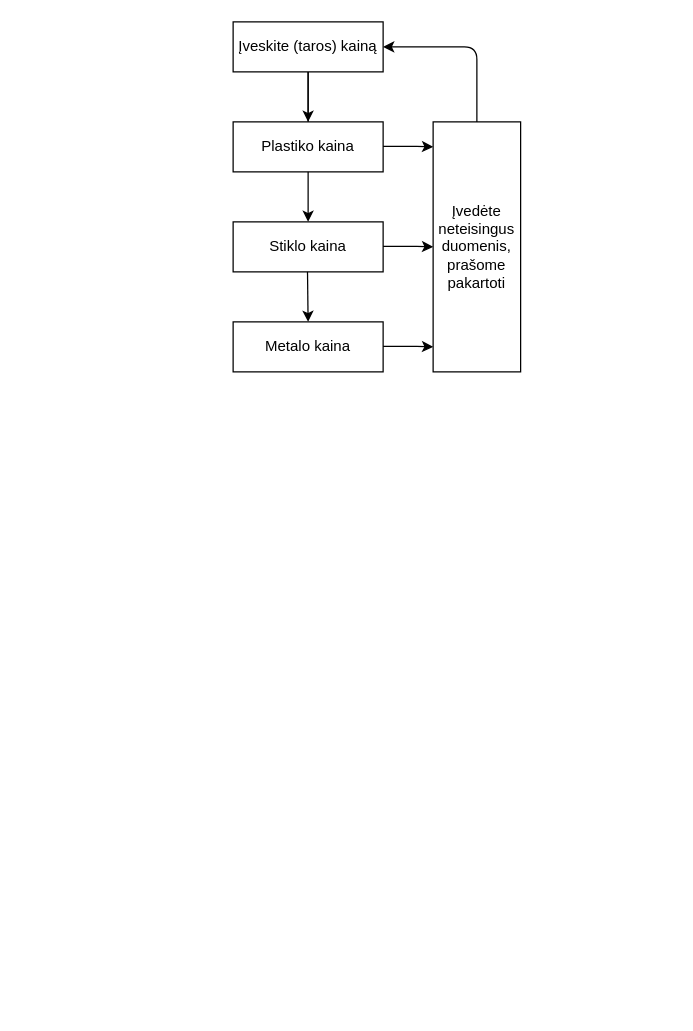
Above: Untitled Diagram.drawio in mlpks/manoRepozitorija (draw.io), before the change. Source tidied: cells renumbered, new cells numbered last; positions are measured from the earlier drawing's top-left corner, leaving out a move shared by most shapes. Both pictures are drawn from the tidied source at 125%, with x=0, y=0 at pixel (232, 21).
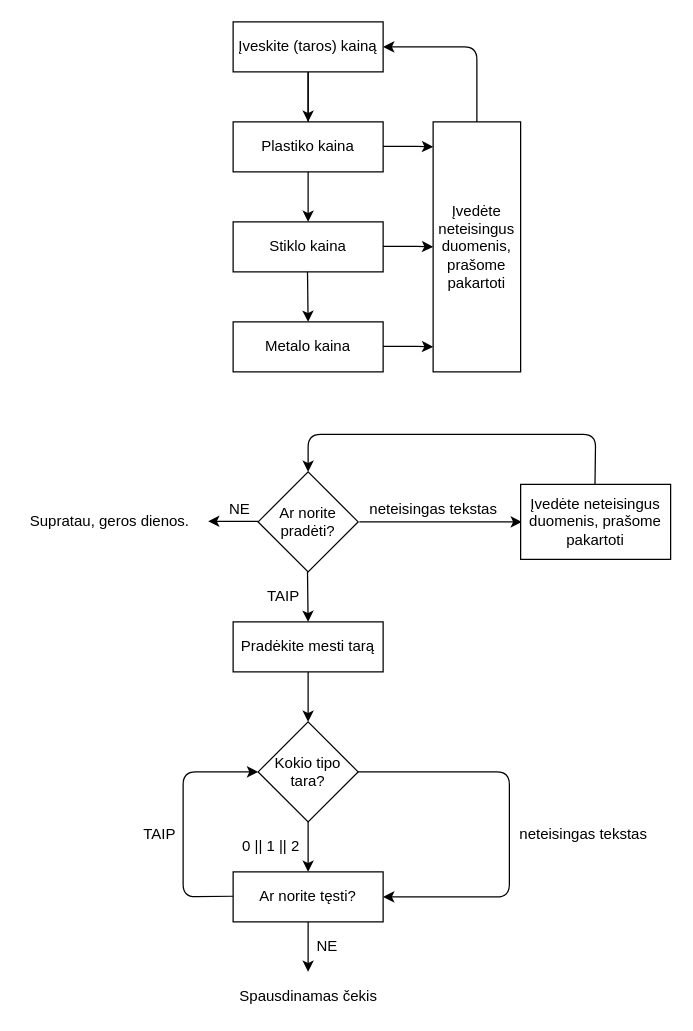
After the change.

Commit message:
Algoritmo blokinė schema

Diff of the diagram source:
```diff
@@
+    <mxCell id="14" value="NE" style="text;html=1;align=center;verticalAlign=middle;" parent="1" vertex="1">
+      <mxGeometry x="-10" y="380" width="30" height="20" as="geometry" />
+    </mxCell>
+    <mxCell id="15" value="Supratau, geros dienos." style="text;html=1;align=center;verticalAlign=middle;" parent="1" vertex="1">
+      <mxGeometry x="-169" y="390" width="140" height="20" as="geometry" />
+    </mxCell>
+    <mxCell id="16" style="endArrow=classic;html=1;" parent="1" edge="1">
+      <mxGeometry relative="1" as="geometry">
+        <mxPoint x="20" y="399.5" as="sourcePoint" />
+        <mxPoint x="-20" y="399.5" as="targetPoint" />
+      </mxGeometry>
+    </mxCell>
+    <mxCell id="17" value="Ar norite pradėti?" style="rhombus;whiteSpace=wrap;html=1;" parent="1" vertex="1">
+      <mxGeometry x="20" y="360" width="80" height="80" as="geometry" />
+    </mxCell>
+    <mxCell id="18" style="endArrow=classic;html=1;" parent="1" edge="1">
+      <mxGeometry relative="1" as="geometry">
+        <mxPoint x="101" y="400" as="sourcePoint" />
+        <mxPoint x="231" y="400" as="targetPoint" />
+      </mxGeometry>
+    </mxCell>
+    <mxCell id="19" value="neteisingas tekstas" style="text;html=1;align=center;verticalAlign=middle;" parent="1" vertex="1">
+      <mxGeometry x="100" y="380" width="120" height="20" as="geometry" />
+    </mxCell>
+    <mxCell id="20" value="Įvedėte neteisingus duomenis, prašome pakartoti" style="rounded=0;whiteSpace=wrap;html=1;" parent="1" vertex="1">
+      <mxGeometry x="230" y="370" width="120" height="60" as="geometry" />
+    </mxCell>
+    <mxCell id="21" style="endArrow=classic;html=1;entryX=0.5;entryY=0;entryDx=0;entryDy=0;" parent="1" edge="1" target="17">
+      <mxGeometry relative="1" as="geometry">
+        <mxPoint x="289.5" y="370" as="sourcePoint" />
+        <Array as="points">
+          <mxPoint x="290" y="330" />
+          <mxPoint x="60" y="330" />
+        </Array>
+      </mxGeometry>
+    </mxCell>
+    <mxCell id="22" style="endArrow=classic;html=1;" parent="1" edge="1">
+      <mxGeometry relative="1" as="geometry">
+        <mxPoint x="59.5" y="440" as="sourcePoint" />
+        <mxPoint x="60" y="480" as="targetPoint" />
+      </mxGeometry>
+    </mxCell>
+    <mxCell id="23" value="TAIP" style="text;html=1;align=center;verticalAlign=middle;" parent="1" vertex="1">
+      <mxGeometry x="20" y="450" width="40" height="20" as="geometry" />
+    </mxCell>
+    <mxCell id="24" value="Pradėkite mesti tarą" style="rounded=0;whiteSpace=wrap;html=1;" parent="1" vertex="1">
+      <mxGeometry y="480" width="120" height="40" as="geometry" />
+    </mxCell>
+    <mxCell id="25" style="endArrow=classic;html=1;" parent="1" edge="1">
+      <mxGeometry relative="1" as="geometry">
+        <mxPoint x="60" y="520" as="sourcePoint" />
+        <mxPoint x="60" y="560" as="targetPoint" />
+      </mxGeometry>
+    </mxCell>
+    <mxCell id="26" value="Kokio tipo tara?" style="rhombus;whiteSpace=wrap;html=1;" parent="1" vertex="1">
+      <mxGeometry x="20" y="560" width="80" height="80" as="geometry" />
+    </mxCell>
+    <mxCell id="27" style="endArrow=classic;html=1;" parent="1" edge="1" source="26">
+      <mxGeometry relative="1" as="geometry">
+        <mxPoint x="60" y="680" as="targetPoint" />
+      </mxGeometry>
+    </mxCell>
+    <mxCell id="28" value="0 || 1 || 2" style="text;html=1;align=center;verticalAlign=middle;" parent="1" vertex="1">
+      <mxGeometry y="650" width="60" height="20" as="geometry" />
+    </mxCell>
+    <mxCell id="29" value="Ar norite tęsti?" style="rounded=0;whiteSpace=wrap;html=1;" parent="1" vertex="1">
+      <mxGeometry y="680" width="120" height="40" as="geometry" />
+    </mxCell>
+    <mxCell id="30" style="endArrow=classic;html=1;entryX=0;entryY=0.5;entryDx=0;entryDy=0;" parent="1" edge="1" target="26">
+      <mxGeometry relative="1" as="geometry">
+        <mxPoint y="699.5" as="sourcePoint" />
+        <Array as="points">
+          <mxPoint x="-40" y="700" />
+          <mxPoint x="-40" y="600" />
+        </Array>
+      </mxGeometry>
+    </mxCell>
+    <mxCell id="31" value="TAIP" style="text;html=1;align=center;verticalAlign=middle;" parent="1" vertex="1">
+      <mxGeometry x="-79" y="640" width="40" height="20" as="geometry" />
+    </mxCell>
+    <mxCell id="32" style="endArrow=classic;html=1;" parent="1" edge="1">
+      <mxGeometry relative="1" as="geometry">
+        <mxPoint x="60" y="720" as="sourcePoint" />
+        <mxPoint x="60" y="760" as="targetPoint" />
+      </mxGeometry>
+    </mxCell>
+    <mxCell id="33" value="NE" style="text;html=1;align=center;verticalAlign=middle;" parent="1" vertex="1">
+      <mxGeometry x="60" y="730" width="30" height="20" as="geometry" />
+    </mxCell>
+    <mxCell id="34" value="Spausdinamas čekis" style="text;html=1;align=center;verticalAlign=middle;" parent="1" vertex="1">
+      <mxGeometry x="-5" y="770" width="130" height="20" as="geometry" />
+    </mxCell>
+    <mxCell id="35" value="neteisingas tekstas" style="text;html=1;align=center;verticalAlign=middle;" parent="1" vertex="1">
+      <mxGeometry x="220" y="640" width="120" height="20" as="geometry" />
+    </mxCell>
+    <mxCell id="36" style="endArrow=classic;html=1;entryX=1;entryY=0.5;entryDx=0;entryDy=0;" parent="1" edge="1" target="29">
+      <mxGeometry relative="1" as="geometry">
+        <mxPoint x="100" y="600" as="sourcePoint" />
+        <Array as="points">
+          <mxPoint x="221" y="600" />
+          <mxPoint x="221" y="700" />
+        </Array>
+      </mxGeometry>
+    </mxCell>
```
